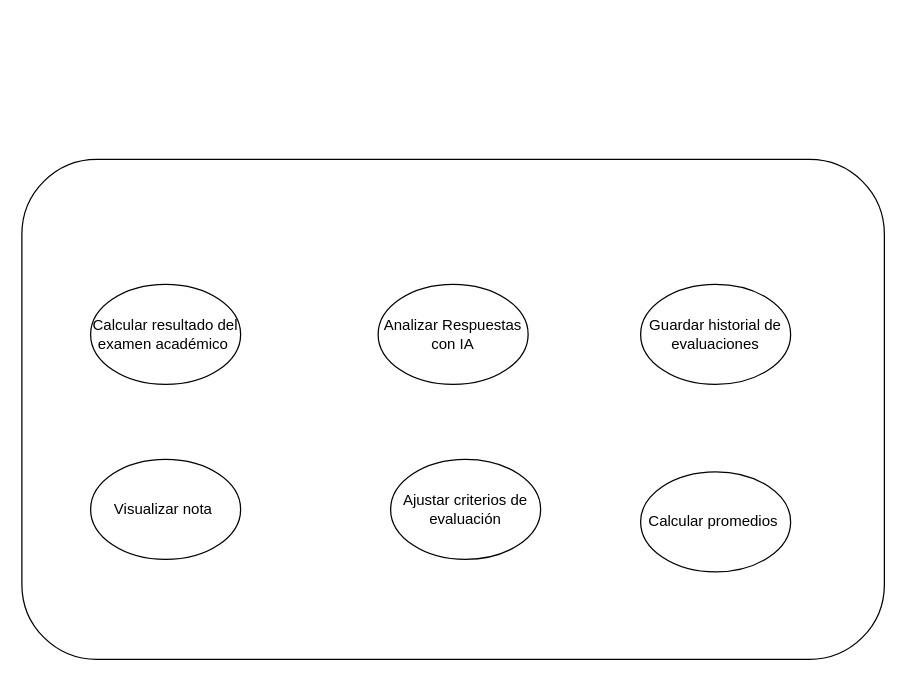
This is docs/usecases/Diagrama sin título.drawio from Juanb7737/calificia, a draw.io file, before an edit. Source tidied: cells renumbered, new cells numbered last; positions are measured from the earlier drawing's top-left corner, leaving out a move shared by most shapes. Both pictures are drawn from the tidied source at 125%, with x=0, y=0 at pixel (21, 159).
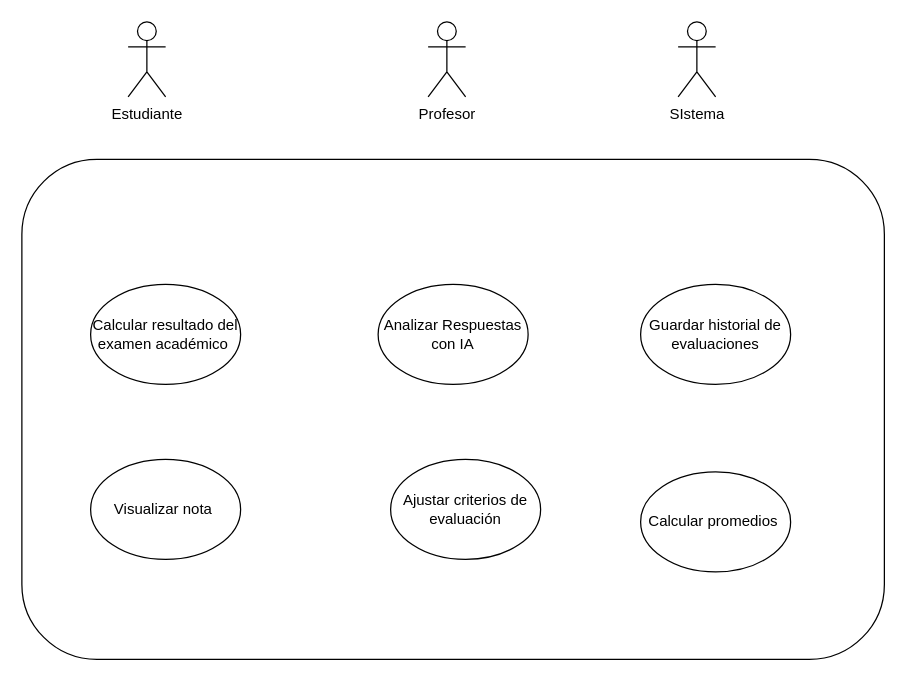
The same diagram, later.

What changed in the source:
```diff
@@
 <mxGraphModel>
   <root>
     <mxCell id="0" />
     <mxCell id="1" parent="0" />
     <mxCell id="2" style="rounded=1;whiteSpace=wrap;html=1;" parent="1" vertex="1">
       <mxGeometry width="690" height="400" as="geometry" />
     </mxCell>
     <mxCell id="3" value="Calcular resultado del examen académico&amp;nbsp;" style="ellipse;whiteSpace=wrap;html=1;" parent="1" vertex="1">
       <mxGeometry x="55" y="100" width="120" height="80" as="geometry" />
     </mxCell>
     <mxCell id="4" value="Analizar Respuestas con IA" style="ellipse;whiteSpace=wrap;html=1;" parent="1" vertex="1">
       <mxGeometry x="285" y="100" width="120" height="80" as="geometry" />
     </mxCell>
     <mxCell id="5" value="Guardar historial de evaluaciones" style="ellipse;whiteSpace=wrap;html=1;" parent="1" vertex="1">
       <mxGeometry x="495" y="100" width="120" height="80" as="geometry" />
     </mxCell>
     <mxCell id="6" value="Ajustar criterios de evaluación" style="ellipse;whiteSpace=wrap;html=1;" parent="1" vertex="1">
       <mxGeometry x="295" y="240" width="120" height="80" as="geometry" />
     </mxCell>
     <mxCell id="7" value="Visualizar nota&amp;nbsp;" style="ellipse;whiteSpace=wrap;html=1;" parent="1" vertex="1">
       <mxGeometry x="55" y="240" width="120" height="80" as="geometry" />
     </mxCell>
     <mxCell id="8" value="Calcular promedios&amp;nbsp;" style="ellipse;whiteSpace=wrap;html=1;" parent="1" vertex="1">
       <mxGeometry x="495" y="250" width="120" height="80" as="geometry" />
     </mxCell>
+    <mxCell id="9" value="Estudiante" style="shape=umlActor;verticalLabelPosition=bottom;verticalAlign=top;html=1;" parent="1" vertex="1">
+      <mxGeometry x="85" y="-110" width="30" height="60" as="geometry" />
+    </mxCell>
+    <mxCell id="10" value="Profesor" style="shape=umlActor;verticalLabelPosition=bottom;verticalAlign=top;html=1;" parent="1" vertex="1">
+      <mxGeometry x="325" y="-110" width="30" height="60" as="geometry" />
+    </mxCell>
+    <mxCell id="11" value="SIstema" style="shape=umlActor;verticalLabelPosition=bottom;verticalAlign=top;html=1;" parent="1" vertex="1">
+      <mxGeometry x="525" y="-110" width="30" height="60" as="geometry" />
+    </mxCell>
   </root>
 </mxGraphModel>
```
